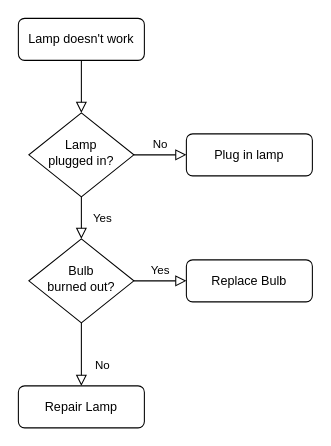
Earlier version of the draw.io diagram 未命名绘图.drawio (cuizhigang78/daily-practice). Source tidied: cells renumbered, new cells numbered last; positions are measured from the earlier drawing's top-left corner, leaving out a move shared by most shapes. Both pictures are drawn from the tidied source at 105%, with x=0, y=0 at pixel (18, 18).
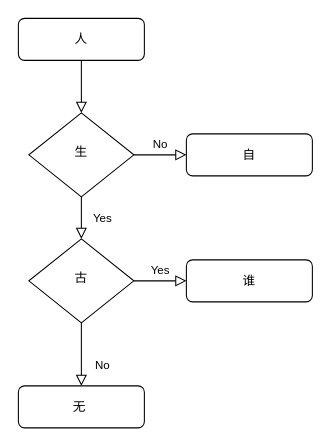
Above is the later version.

The edit, as a diff of the source:
```diff
@@
 <mxGraphModel>
   <root>
     <mxCell id="0" />
     <mxCell id="1" parent="0" />
     <mxCell id="2" style="rounded=0;html=1;jettySize=auto;fontSize=11;endArrow=block;endFill=0;endSize=8;strokeWidth=1;shadow=0;labelBackgroundColor=none;edgeStyle=orthogonalEdgeStyle;" parent="1" edge="1" source="3" target="6">
       <mxGeometry relative="1" as="geometry" />
     </mxCell>
-    <mxCell id="3" value="Lamp doesn't work" style="rounded=1;whiteSpace=wrap;html=1;fontSize=12;glass=0;strokeWidth=1;shadow=0;" parent="1" vertex="1">
+    <mxCell id="3" value="人" style="rounded=1;whiteSpace=wrap;html=1;fontSize=12;glass=0;strokeWidth=1;shadow=0;" parent="1" vertex="1">
       <mxGeometry width="120" height="40" as="geometry" />
     </mxCell>
     <mxCell id="4" value="Yes" style="rounded=0;html=1;jettySize=auto;fontSize=11;endArrow=block;endFill=0;endSize=8;strokeWidth=1;shadow=0;labelBackgroundColor=none;edgeStyle=orthogonalEdgeStyle;" parent="1" edge="1" source="6" target="10">
       <mxGeometry y="20" relative="1" as="geometry" />
     </mxCell>
     <mxCell id="5" value="No" style="edgeStyle=orthogonalEdgeStyle;rounded=0;html=1;jettySize=auto;fontSize=11;endArrow=block;endFill=0;endSize=8;strokeWidth=1;shadow=0;labelBackgroundColor=none;" parent="1" edge="1" source="6" target="7">
       <mxGeometry y="10" relative="1" as="geometry" />
     </mxCell>
-    <mxCell id="6" value="Lamp&lt;br&gt;plugged in?" style="rhombus;whiteSpace=wrap;html=1;shadow=0;fontFamily=Helvetica;fontSize=12;align=center;strokeWidth=1;spacing=6;spacingTop=-4;" parent="1" vertex="1">
+    <mxCell id="6" value="生" style="rhombus;whiteSpace=wrap;html=1;shadow=0;fontFamily=Helvetica;fontSize=12;align=center;strokeWidth=1;spacing=6;spacingTop=-4;" parent="1" vertex="1">
       <mxGeometry x="10" y="90" width="100" height="80" as="geometry" />
     </mxCell>
-    <mxCell id="7" value="Plug in lamp" style="rounded=1;whiteSpace=wrap;html=1;fontSize=12;glass=0;strokeWidth=1;shadow=0;" parent="1" vertex="1">
+    <mxCell id="7" value="自" style="rounded=1;whiteSpace=wrap;html=1;fontSize=12;glass=0;strokeWidth=1;shadow=0;" parent="1" vertex="1">
       <mxGeometry x="160" y="110" width="120" height="40" as="geometry" />
     </mxCell>
     <mxCell id="8" value="No" style="rounded=0;html=1;jettySize=auto;fontSize=11;endArrow=block;endFill=0;endSize=8;strokeWidth=1;shadow=0;labelBackgroundColor=none;edgeStyle=orthogonalEdgeStyle;" parent="1" edge="1" source="10" target="11">
       <mxGeometry x="0.33" y="20" relative="1" as="geometry" />
     </mxCell>
     <mxCell id="9" value="Yes" style="edgeStyle=orthogonalEdgeStyle;rounded=0;html=1;jettySize=auto;fontSize=11;endArrow=block;endFill=0;endSize=8;strokeWidth=1;shadow=0;labelBackgroundColor=none;" parent="1" edge="1" source="10" target="12">
       <mxGeometry y="10" relative="1" as="geometry" />
     </mxCell>
-    <mxCell id="10" value="Bulb&lt;br&gt;burned out?" style="rhombus;whiteSpace=wrap;html=1;shadow=0;fontFamily=Helvetica;fontSize=12;align=center;strokeWidth=1;spacing=6;spacingTop=-4;" parent="1" vertex="1">
+    <mxCell id="10" value="古" style="rhombus;whiteSpace=wrap;html=1;shadow=0;fontFamily=Helvetica;fontSize=12;align=center;strokeWidth=1;spacing=6;spacingTop=-4;" parent="1" vertex="1">
       <mxGeometry x="10" y="210" width="100" height="80" as="geometry" />
     </mxCell>
-    <mxCell id="11" value="Repair Lamp" style="rounded=1;whiteSpace=wrap;html=1;fontSize=12;glass=0;strokeWidth=1;shadow=0;" parent="1" vertex="1">
+    <mxCell id="11" value="无&amp;nbsp;" style="rounded=1;whiteSpace=wrap;html=1;fontSize=12;glass=0;strokeWidth=1;shadow=0;" parent="1" vertex="1">
       <mxGeometry y="350" width="120" height="40" as="geometry" />
     </mxCell>
-    <mxCell id="12" value="Replace Bulb" style="rounded=1;whiteSpace=wrap;html=1;fontSize=12;glass=0;strokeWidth=1;shadow=0;" parent="1" vertex="1">
+    <mxCell id="12" value="谁" style="rounded=1;whiteSpace=wrap;html=1;fontSize=12;glass=0;strokeWidth=1;shadow=0;" parent="1" vertex="1">
       <mxGeometry x="160" y="230" width="120" height="40" as="geometry" />
     </mxCell>
   </root>
 </mxGraphModel>
```
